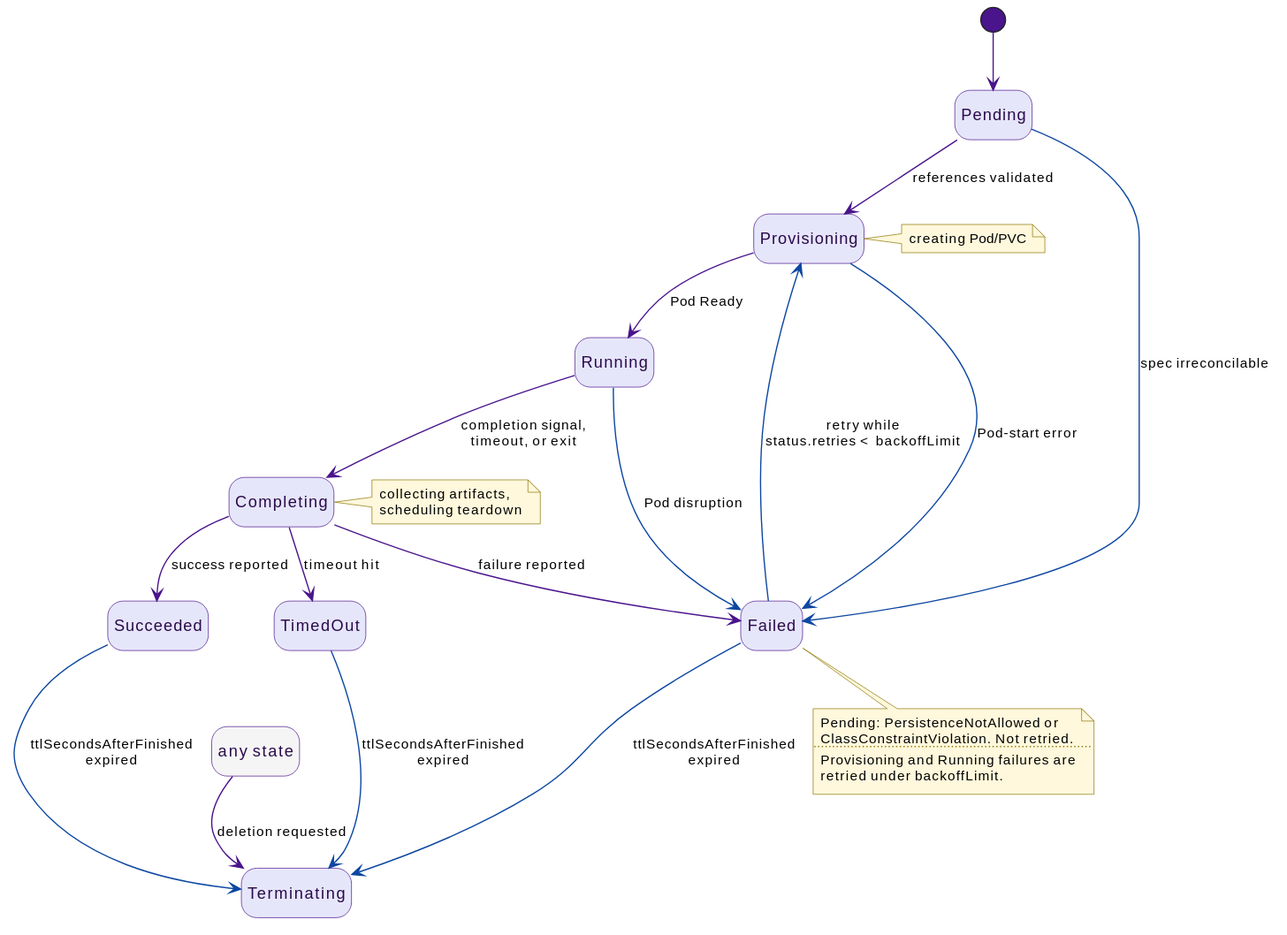
win07xp/kaalm keeps this PlantUML diagram as docs/src/diagrams/task-lifecycle.svg. Above is the earlier version.
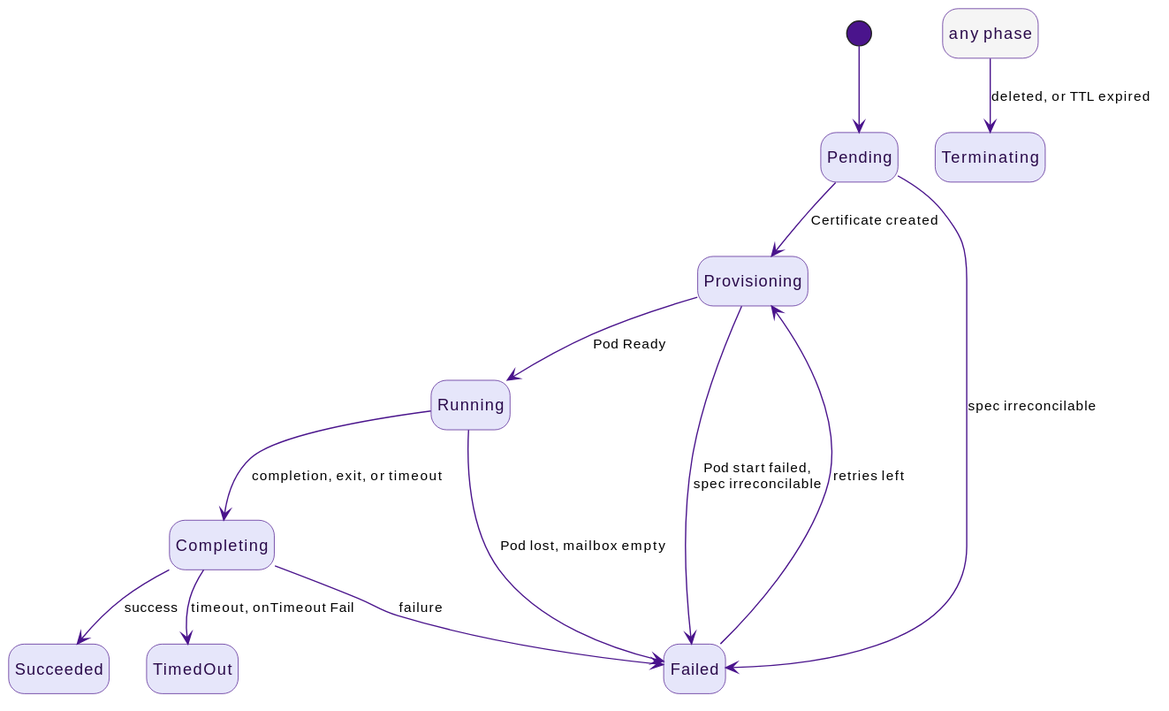
Later version of the same file.

What changed in the source:
```diff
@@ -1,45 +1,26 @@
 @startuml
 !include _style.puml
 
-state "Pending" as Pending
-state "Provisioning" as Provisioning
-state "Running" as Running
-state "Completing" as Completing
-state "Succeeded" as Succeeded
-state "Failed" as Failed
-state "TimedOut" as TimedOut
-state "Terminating" as Terminating
-state "any state" as AnyState $mutedBg
-
-note right of Provisioning : creating Pod/PVC
-note right of Completing : collecting artifacts,\nscheduling teardown
+state Pending
+state Provisioning
+state Running
+state Completing
+state Succeeded
+state Failed
+state TimedOut
+state Terminating
+state "any phase" as Any #F5F5F5
 
 [*] --> Pending
-Pending --> Provisioning : references validated
+Pending --> Provisioning : Certificate created
 Provisioning --> Running : Pod Ready
-Running --> Completing : completion signal,\ntimeout, or exit
-Completing --> Succeeded : success reported
-Completing --> Failed : failure reported
-Completing --> TimedOut : timeout hit
-
-Pending -[#0D47A1]-> Failed : spec irreconcilable
-Provisioning -[#0D47A1]-> Failed : Pod-start error
-Running -[#0D47A1]-> Failed : Pod disruption
-Failed -[#0D47A1]-> Provisioning : retry while\nstatus.retries < backoffLimit
-
-AnyState --> Terminating : deletion requested
-Succeeded -[#0D47A1]-> Terminating : ttlSecondsAfterFinished\nexpired
-Failed -[#0D47A1]-> Terminating : ttlSecondsAfterFinished\nexpired
-TimedOut -[#0D47A1]-> Terminating : ttlSecondsAfterFinished\nexpired
-
-note bottom of Failed
-  Pending: PersistenceNotAllowed or
-  ClassConstraintViolation. Not retried.
-  ....
-  Provisioning and Running failures are
-  retried under backoffLimit.
-end note
-
-Succeeded -[hidden]-> AnyState
-TimedOut -[hidden]-> AnyState
+Running --> Completing : completion, exit, or timeout
+Completing --> Succeeded : success
+Completing --> Failed : failure
+Completing --> TimedOut : timeout, onTimeout Fail
+Pending --> Failed : spec irreconcilable
+Provisioning --> Failed : Pod start failed,\nspec irreconcilable
+Running --> Failed : Pod lost, mailbox empty
+Failed --> Provisioning : retries left
+Any --> Terminating : deleted, or TTL expired
 @enduml
```
